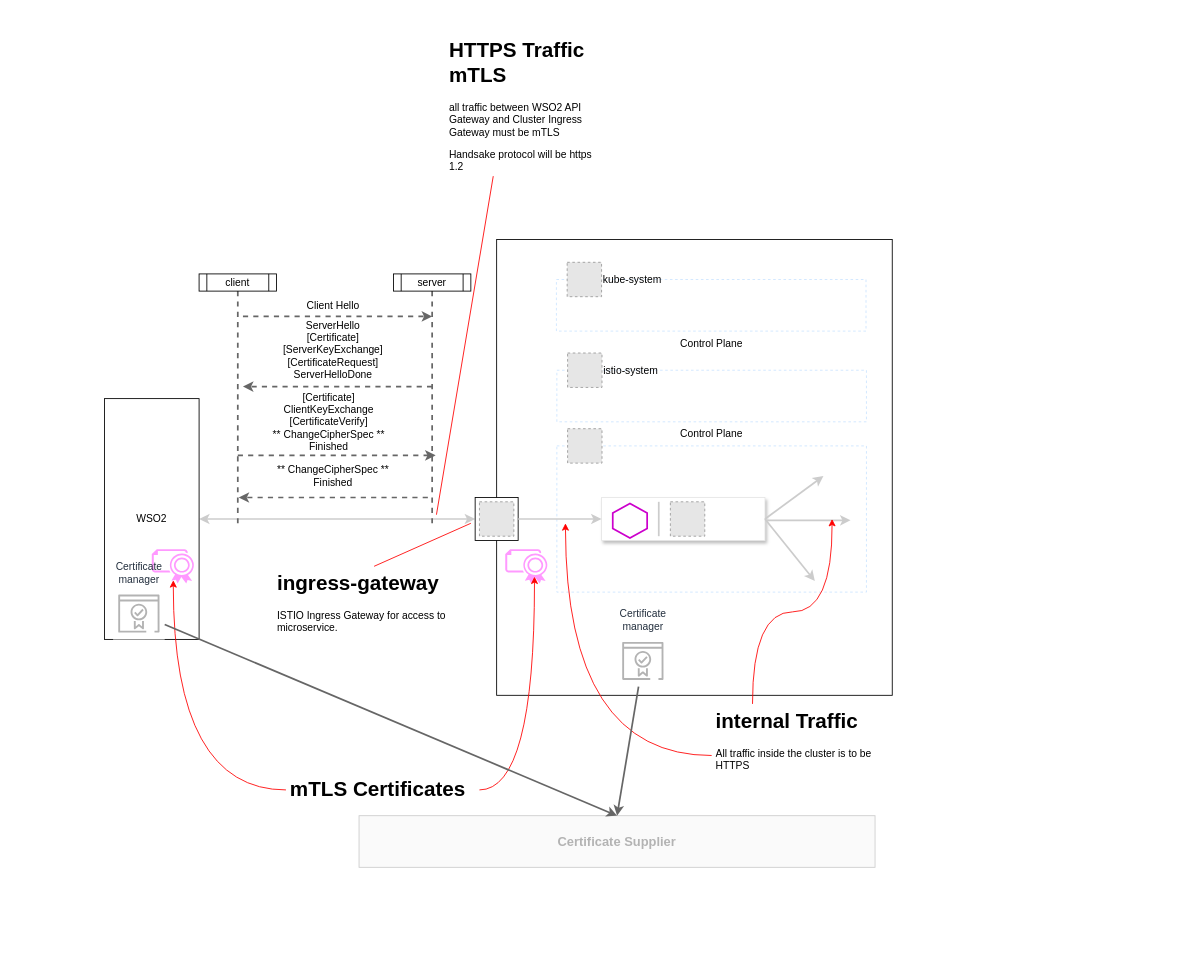
ourjamie/diagraming keeps this draw.io diagram as mtls-gatewaytocluster.drawio. Above is the earlier version. Source tidied: cells renumbered, new cells numbered last; positions are measured from the earlier drawing's top-left corner, leaving out a move shared by most shapes. Both pictures are drawn from the tidied source at 86%, with x=0, y=0 at pixel (104, 33). Pictures stored in the file or linked from it are replaced by grey dashed boxes.
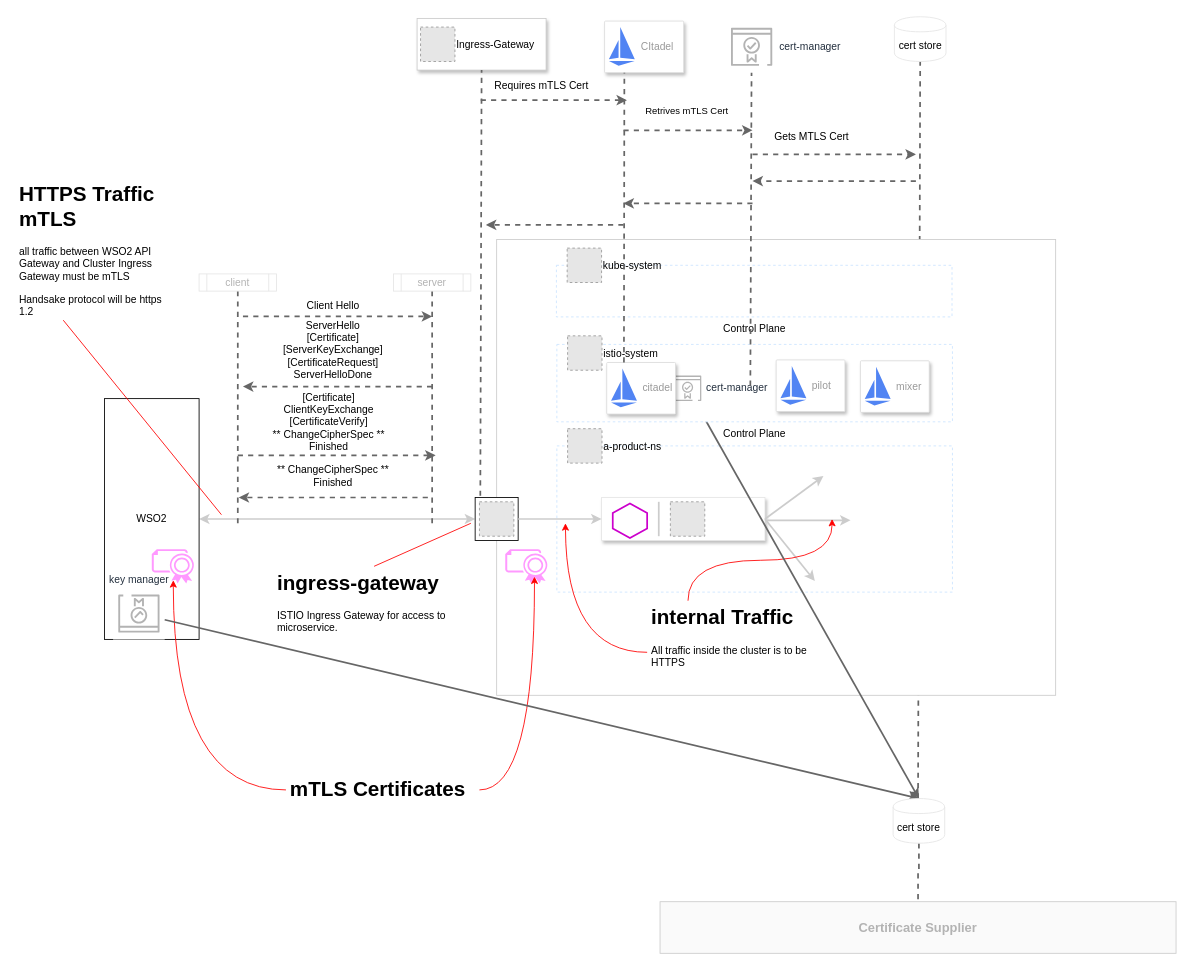
Above is the later version.

The change refers to these unchanged cells:
```xml
<mxCell id="6" style="whiteSpace=wrap;html=1;" parent="1" vertex="1">
  <mxGeometry x="431" y="540" width="50" height="50" as="geometry" />
</mxCell>
```

What changed in the source:
```diff
@@
+    <mxCell id="54" style="endArrow=none;dashed=1;html=1;strokeColor=#666666;strokeWidth=2;entryX=0.5;entryY=1;entryDx=0;entryDy=0;" parent="1" edge="1" target="69">
+      <mxGeometry relative="1" as="geometry">
+        <mxPoint x="946" y="890" as="sourcePoint" />
+      </mxGeometry>
+    </mxCell>
@@
-    <mxCell id="4" style="rounded=0;whiteSpace=wrap;html=1;" parent="1" vertex="1">
-      <mxGeometry x="456" y="240" width="460" height="530" as="geometry" />
+    <mxCell id="4" style="rounded=0;whiteSpace=wrap;html=1;strokeColor=#CCCCCC;" parent="1" vertex="1">
+      <mxGeometry x="456" y="240" width="650" height="530" as="geometry" />
     </mxCell>
     <mxCell id="5" value="&lt;b&gt;&lt;font style=&quot;font-size: 15px&quot; color=&quot;#b3b3b3&quot;&gt;Certificate Supplier&lt;/font&gt;&lt;/b&gt;" style="rounded=0;whiteSpace=wrap;html=1;fillColor=#FAFAFA;strokeColor=#CCCCCC;fontColor=#333333;" parent="1" vertex="1">
-      <mxGeometry x="296" y="910" width="600" height="60" as="geometry" />
+      <mxGeometry x="646" y="1010" width="600" height="60" as="geometry" />
     </mxCell>
@@
     <mxCell id="9" style="rounded=0;whiteSpace=wrap;html=1;dashed=1;strokeColor=#CCE5FF;" parent="1" vertex="1">
-      <mxGeometry x="526" y="480" width="360" height="170" as="geometry" />
+      <mxGeometry x="526" y="480" width="460" height="170" as="geometry" />
     </mxCell>
-    <mxCell id="10" style="fillColor=#E6E6E6;strokeColor=#999999;dashed=1;verticalLabelPosition=bottom;verticalAlign=top;" parent="1" vertex="1">
+    <mxCell id="10" value="a-product-ns" style="fillColor=#E6E6E6;strokeColor=#999999;dashed=1;verticalLabelPosition=middle;verticalAlign=middle;labelPosition=right;align=left;" parent="1" vertex="1">
       <mxGeometry x="538.5" y="460" width="40" height="40" as="geometry" />
     </mxCell>
@@
     <mxCell id="18" value="&lt;h1&gt;HTTPS Traffic mTLS&lt;/h1&gt;&lt;p&gt;all traffic between WSO2 API Gateway and Cluster Ingress Gateway must be mTLS&lt;/p&gt;&lt;p&gt;Handsake protocol will be https 1.2&lt;/p&gt;" style="text;html=1;strokeColor=none;fillColor=none;spacing=5;spacingTop=-20;whiteSpace=wrap;overflow=hidden;rounded=0;shadow=0;" parent="1" vertex="1">
-      <mxGeometry x="396" width="190" height="165" as="geometry" />
+      <mxGeometry x="-104" y="167.5" width="190" height="165" as="geometry" />
     </mxCell>
     <mxCell id="19" style="endArrow=none;html=1;strokeColor=#FF0000;strokeWidth=1;entryX=0.295;entryY=1.008;entryDx=0;entryDy=0;entryPerimeter=0;" parent="1" edge="1" target="18">
       <mxGeometry relative="1" as="geometry">
-        <mxPoint x="386" y="560" as="sourcePoint" />
+        <mxPoint x="136" y="560" as="sourcePoint" />
       </mxGeometry>
     </mxCell>
@@
     <mxCell id="27" value="&lt;h1&gt;internal Traffic&lt;/h1&gt;&lt;p&gt;All traffic inside the cluster is to be HTTPS&lt;/p&gt;" style="text;html=1;strokeColor=none;fillColor=none;spacing=5;spacingTop=-20;whiteSpace=wrap;overflow=hidden;rounded=0;shadow=0;" parent="1" vertex="1">
-      <mxGeometry x="706" y="780" width="190" height="120" as="geometry" />
+      <mxGeometry x="631" y="660" width="190" height="120" as="geometry" />
     </mxCell>
@@
-    <mxCell id="31" value="Certificate&#10;manager" style="outlineConnect=0;fontColor=#232F3E;gradientColor=none;strokeColor=#B3B3B3;fillColor=#ffffff;dashed=0;verticalLabelPosition=top;verticalAlign=bottom;align=center;html=1;fontSize=12;fontStyle=0;shape=mxgraph.aws4.resourceIcon;resIcon=mxgraph.aws4.certificate_manager_2;shadow=0;labelPosition=center;" parent="1" vertex="1">
-      <mxGeometry x="596" y="700" width="60" height="60" as="geometry" />
-    </mxCell>
-    <mxCell id="32" style="endArrow=classic;html=1;strokeColor=#666666;strokeWidth=2;entryX=0.5;entryY=0;entryDx=0;entryDy=0;" parent="1" edge="1" source="31" target="5">
+    <mxCell id="32" style="endArrow=classic;html=1;strokeColor=#666666;strokeWidth=2;entryX=0.5;entryY=0;entryDx=0;entryDy=0;" parent="1" edge="1" source="31" target="71">
       <mxGeometry relative="1" as="geometry" />
     </mxCell>
-    <mxCell id="33" value="Certificate&#10;manager" style="outlineConnect=0;fontColor=#232F3E;gradientColor=none;strokeColor=#B3B3B3;fillColor=#ffffff;dashed=0;verticalLabelPosition=top;verticalAlign=bottom;align=center;html=1;fontSize=12;fontStyle=0;shape=mxgraph.aws4.resourceIcon;resIcon=mxgraph.aws4.certificate_manager_2;shadow=0;labelPosition=center;" parent="1" vertex="1">
+    <mxCell id="33" value="key manager" style="outlineConnect=0;fontColor=#232F3E;gradientColor=none;strokeColor=#B3B3B3;fillColor=#ffffff;dashed=0;verticalLabelPosition=top;verticalAlign=bottom;align=center;html=1;fontSize=12;fontStyle=0;shape=mxgraph.aws4.resourceIcon;resIcon=mxgraph.aws4.certificate_manager_2;shadow=0;labelPosition=center;direction=west;" parent="1" vertex="1">
       <mxGeometry x="10" y="645" width="60" height="60" as="geometry" />
     </mxCell>
-    <mxCell id="34" style="endArrow=classic;html=1;strokeColor=#666666;strokeWidth=2;entryX=0.5;entryY=0;entryDx=0;entryDy=0;" parent="1" edge="1" source="33" target="5">
+    <mxCell id="34" style="endArrow=classic;html=1;strokeColor=#666666;strokeWidth=2;entryX=0.5;entryY=0;entryDx=0;entryDy=0;" parent="1" edge="1" source="33" target="71">
       <mxGeometry relative="1" as="geometry" />
     </mxCell>
@@
-    <mxCell id="36" value="client" style="shape=process;whiteSpace=wrap;html=1;backgroundOutline=1;shadow=0;strokeWidth=1;" parent="1" vertex="1">
+    <mxCell id="36" value="client" style="shape=process;whiteSpace=wrap;html=1;backgroundOutline=1;shadow=0;strokeWidth=1;strokeColor=#E6E6E6;fontColor=#B3B3B3;" parent="1" vertex="1">
       <mxGeometry x="110" y="280" width="90" height="20" as="geometry" />
     </mxCell>
@@
-    <mxCell id="38" value="server" style="shape=process;whiteSpace=wrap;html=1;backgroundOutline=1;shadow=0;strokeWidth=1;" parent="1" vertex="1">
+    <mxCell id="38" value="server" style="shape=process;whiteSpace=wrap;html=1;backgroundOutline=1;shadow=0;strokeWidth=1;strokeColor=#E6E6E6;fontColor=#B3B3B3;" parent="1" vertex="1">
       <mxGeometry x="336" y="280" width="90" height="20" as="geometry" />
     </mxCell>
@@
+    <mxCell id="51" style="group;" parent="1" vertex="1">
+      <mxGeometry x="525.5" y="250" width="460" height="80" as="geometry" />
+    </mxCell>
+    <mxCell id="52" value="Control Plane" style="rounded=0;whiteSpace=wrap;html=1;dashed=1;strokeColor=#CCE5FF;labelPosition=center;verticalLabelPosition=bottom;align=center;verticalAlign=top;" parent="51" vertex="1">
+      <mxGeometry y="20" width="460" height="60" as="geometry" />
+    </mxCell>
+    <mxCell id="53" value="kube-system" style="fillColor=#E6E6E6;strokeColor=#999999;dashed=1;verticalLabelPosition=middle;verticalAlign=middle;labelPosition=right;align=left;" parent="51" vertex="1">
+      <mxGeometry x="12.5" width="40" height="40" as="geometry" />
+    </mxCell>
     <mxCell id="48" style="group;" parent="1" vertex="1">
-      <mxGeometry x="526" y="372" width="360" height="80" as="geometry" />
+      <mxGeometry x="526" y="372" width="460" height="80" as="geometry" />
     </mxCell>
     <mxCell id="49" value="Control Plane" style="rounded=0;whiteSpace=wrap;html=1;dashed=1;strokeColor=#CCE5FF;labelPosition=center;verticalLabelPosition=bottom;align=center;verticalAlign=top;" parent="48" vertex="1">
-      <mxGeometry y="20" width="360" height="60" as="geometry" />
+      <mxGeometry y="-10" width="460" height="90" as="geometry" />
     </mxCell>
     <mxCell id="50" value="istio-system" style="fillColor=#E6E6E6;strokeColor=#999999;dashed=1;verticalLabelPosition=middle;verticalAlign=middle;labelPosition=right;align=left;" parent="48" vertex="1">
-      <mxGeometry x="12.5" width="40" height="40" as="geometry" />
+      <mxGeometry x="12.5" y="-20" width="40" height="40" as="geometry" />
     </mxCell>
-    <mxCell id="51" style="group;" parent="1" vertex="1">
-      <mxGeometry x="525.5" y="266.5" width="360" height="80" as="geometry" />
-    </mxCell>
-    <mxCell id="52" value="Control Plane" style="rounded=0;whiteSpace=wrap;html=1;dashed=1;strokeColor=#CCE5FF;labelPosition=center;verticalLabelPosition=bottom;align=center;verticalAlign=top;" parent="51" vertex="1">
-      <mxGeometry y="20" width="360" height="60" as="geometry" />
-    </mxCell>
-    <mxCell id="53" value="kube-system" style="fillColor=#E6E6E6;strokeColor=#999999;dashed=1;verticalLabelPosition=middle;verticalAlign=middle;labelPosition=right;align=left;" parent="51" vertex="1">
-      <mxGeometry x="12.5" width="40" height="40" as="geometry" />
-    </mxCell>
+    <mxCell id="55" style="strokeColor=#dddddd;fillColor=#ffffff;shadow=1;strokeWidth=1;rounded=1;absoluteArcSize=1;arcSize=2;" parent="48" vertex="1">
+      <mxGeometry x="255" y="8" width="80" height="60" as="geometry" />
+    </mxCell>
+    <mxCell id="56" value="pilot" style="dashed=0;html=1;fillColor=#5184F3;strokeColor=none;shape=mxgraph.gcp2.istio_logo;labelPosition=right;verticalLabelPosition=middle;align=left;verticalAlign=middle;spacingLeft=5;fontColor=#999999;fontSize=12;" parent="55" vertex="1">
+      <mxGeometry width="30.15" height="45" relative="1" as="geometry">
+        <mxPoint x="5" y="7" as="offset" />
+      </mxGeometry>
+    </mxCell>
+    <mxCell id="57" style="strokeColor=#dddddd;fillColor=#ffffff;shadow=1;strokeWidth=1;rounded=1;absoluteArcSize=1;arcSize=2;" parent="48" vertex="1">
+      <mxGeometry x="353" y="9" width="80" height="60" as="geometry" />
+    </mxCell>
+    <mxCell id="58" value="mixer" style="dashed=0;html=1;fillColor=#5184F3;strokeColor=none;shape=mxgraph.gcp2.istio_logo;labelPosition=right;verticalLabelPosition=middle;align=left;verticalAlign=middle;spacingLeft=5;fontColor=#999999;fontSize=12;" parent="57" vertex="1">
+      <mxGeometry width="30.15" height="45" relative="1" as="geometry">
+        <mxPoint x="5" y="7" as="offset" />
+      </mxGeometry>
+    </mxCell>
+    <mxCell id="31" value="cert-manager" style="outlineConnect=0;fontColor=#232F3E;gradientColor=none;strokeColor=#B3B3B3;fillColor=#ffffff;dashed=0;verticalLabelPosition=middle;verticalAlign=middle;align=left;html=1;fontSize=12;fontStyle=0;shape=mxgraph.aws4.resourceIcon;resIcon=mxgraph.aws4.certificate_manager_2;shadow=0;labelPosition=right;" parent="48" vertex="1">
+      <mxGeometry x="132" y="21" width="40" height="40" as="geometry" />
+    </mxCell>
+    <mxCell id="59" style="strokeColor=#dddddd;fillColor=#ffffff;shadow=1;strokeWidth=1;rounded=1;absoluteArcSize=1;arcSize=2;" parent="48" vertex="1">
+      <mxGeometry x="58" y="11" width="80" height="60" as="geometry" />
+    </mxCell>
+    <mxCell id="60" value="citadel" style="dashed=0;html=1;fillColor=#5184F3;strokeColor=none;shape=mxgraph.gcp2.istio_logo;labelPosition=right;verticalLabelPosition=middle;align=left;verticalAlign=middle;spacingLeft=5;fontColor=#999999;fontSize=12;" parent="59" vertex="1">
+      <mxGeometry width="30.15" height="45" relative="1" as="geometry">
+        <mxPoint x="5" y="7" as="offset" />
+      </mxGeometry>
+    </mxCell>
+    <mxCell id="61" style="strokeColor=#dddddd;fillColor=#ffffff;shadow=1;strokeWidth=1;rounded=1;absoluteArcSize=1;arcSize=2;" parent="1" vertex="1">
+      <mxGeometry x="581.5" y="-14" width="92" height="60" as="geometry" />
+    </mxCell>
+    <mxCell id="62" value="CItadel" style="dashed=0;html=1;fillColor=#5184F3;strokeColor=none;shape=mxgraph.gcp2.istio_logo;labelPosition=right;verticalLabelPosition=middle;align=left;verticalAlign=middle;spacingLeft=5;fontColor=#999999;fontSize=12;" parent="61" vertex="1">
+      <mxGeometry width="30.15" height="45" relative="1" as="geometry">
+        <mxPoint x="5" y="7" as="offset" />
+      </mxGeometry>
+    </mxCell>
+    <mxCell id="63" style="whiteSpace=wrap;html=1;shadow=1;strokeColor=#CCCCCC;" parent="1" vertex="1">
+      <mxGeometry x="363.5" y="-17" width="150" height="60" as="geometry" />
+    </mxCell>
+    <mxCell id="64" value="Ingress-Gateway" style="fillColor=#E6E6E6;strokeColor=#999999;dashed=1;verticalLabelPosition=middle;verticalAlign=middle;labelPosition=right;align=left;" parent="1" vertex="1">
+      <mxGeometry x="367.5" y="-7" width="40" height="40" as="geometry" />
+    </mxCell>
+    <mxCell id="65" value="cert-manager" style="outlineConnect=0;fontColor=#232F3E;gradientColor=none;strokeColor=#B3B3B3;fillColor=#ffffff;dashed=0;verticalLabelPosition=middle;verticalAlign=middle;align=left;html=1;fontSize=12;fontStyle=0;shape=mxgraph.aws4.resourceIcon;resIcon=mxgraph.aws4.certificate_manager_2;shadow=0;labelPosition=right;" parent="1" vertex="1">
+      <mxGeometry x="722.5" y="-14" width="60" height="60" as="geometry" />
+    </mxCell>
+    <mxCell id="66" style="endArrow=none;dashed=1;html=1;strokeColor=#666666;strokeWidth=2;entryX=0.5;entryY=1;entryDx=0;entryDy=0;exitX=0.12;exitY=-0.04;exitDx=0;exitDy=0;exitPerimeter=0;" parent="1" edge="1" source="6" target="63">
+      <mxGeometry relative="1" as="geometry" />
+    </mxCell>
+    <mxCell id="67" style="endArrow=none;dashed=1;html=1;strokeColor=#666666;strokeWidth=2;exitX=0.25;exitY=0;exitDx=0;exitDy=0;entryX=0.25;entryY=1;entryDx=0;entryDy=0;" parent="1" edge="1" source="59" target="61">
+      <mxGeometry relative="1" as="geometry" />
+    </mxCell>
+    <mxCell id="68" style="endArrow=none;dashed=1;html=1;strokeColor=#666666;strokeWidth=2;exitX=2.325;exitY=0.425;exitDx=0;exitDy=0;exitPerimeter=0;" parent="1" edge="1" source="31" target="65">
+      <mxGeometry relative="1" as="geometry" />
+    </mxCell>
+    <mxCell id="69" value="cert store" style="shape=cylinder;whiteSpace=wrap;html=1;boundedLbl=1;backgroundOutline=1;shadow=0;strokeWidth=1;strokeColor=#E6E6E6;" parent="1" vertex="1">
+      <mxGeometry x="918.5" y="-19" width="60" height="52" as="geometry" />
+    </mxCell>
+    <mxCell id="70" style="edgeStyle=orthogonalEdgeStyle;rounded=0;jettySize=auto;html=1;entryX=0.5;entryY=0;entryDx=0;entryDy=0;dashed=1;startArrow=none;startFill=0;endArrow=none;endFill=0;strokeColor=#666666;strokeWidth=2;" parent="1" edge="1" source="71" target="5">
+      <mxGeometry relative="1" as="geometry" />
+    </mxCell>
+    <mxCell id="71" value="cert store" style="shape=cylinder;whiteSpace=wrap;html=1;boundedLbl=1;backgroundOutline=1;shadow=0;strokeWidth=1;strokeColor=#E6E6E6;" parent="1" vertex="1">
+      <mxGeometry x="917" y="890" width="60" height="52" as="geometry" />
+    </mxCell>
+    <mxCell id="72" style="endArrow=classic;html=1;dashed=1;strokeColor=#666666;strokeWidth=2;" parent="1" edge="1">
+      <mxGeometry relative="1" as="geometry">
+        <mxPoint x="437.5" y="78" as="sourcePoint" />
+        <mxPoint x="607.5" y="78" as="targetPoint" />
+      </mxGeometry>
+    </mxCell>
+    <mxCell id="73" value="Requires mTLS Cert" style="text;html=1;align=center;verticalAlign=middle;labelBackgroundColor=#ffffff;" parent="72" vertex="1">
+      <mxGeometry x="-0.17" y="5" relative="1" as="geometry">
+        <mxPoint x="-1.5" y="-13" as="offset" />
+      </mxGeometry>
+    </mxCell>
+    <mxCell id="74" value="Retrives mTLS Cert" style="endArrow=classic;html=1;dashed=1;strokeColor=#666666;strokeWidth=2;" parent="1" edge="1">
+      <mxGeometry x="-0.03" y="23" relative="1" as="geometry">
+        <mxPoint x="603.5" y="113" as="sourcePoint" />
+        <mxPoint x="753.5" y="113" as="targetPoint" />
+      </mxGeometry>
+    </mxCell>
+    <mxCell id="75" style="endArrow=classic;html=1;dashed=1;strokeColor=#666666;strokeWidth=2;" parent="1" edge="1">
+      <mxGeometry relative="1" as="geometry">
+        <mxPoint x="753.5" y="141" as="sourcePoint" />
+        <mxPoint x="943.5" y="141" as="targetPoint" />
+      </mxGeometry>
+    </mxCell>
+    <mxCell id="76" value="Gets MTLS Cert" style="text;html=1;align=center;verticalAlign=middle;labelBackgroundColor=#ffffff;" parent="75" vertex="1">
+      <mxGeometry x="-0.2" y="3" relative="1" as="geometry">
+        <mxPoint x="-8" y="-18" as="offset" />
+      </mxGeometry>
+    </mxCell>
+    <mxCell id="77" style="endArrow=classic;html=1;dashed=1;strokeColor=#666666;strokeWidth=2;" parent="1" edge="1">
+      <mxGeometry relative="1" as="geometry">
+        <mxPoint x="943.5" y="172" as="sourcePoint" />
+        <mxPoint x="753.5" y="172" as="targetPoint" />
+      </mxGeometry>
+    </mxCell>
+    <mxCell id="78" style="endArrow=classic;html=1;dashed=1;strokeColor=#666666;strokeWidth=2;" parent="1" edge="1">
+      <mxGeometry relative="1" as="geometry">
+        <mxPoint x="753.5" y="198" as="sourcePoint" />
+        <mxPoint x="603.5" y="198" as="targetPoint" />
+      </mxGeometry>
+    </mxCell>
+    <mxCell id="79" style="endArrow=classic;html=1;dashed=1;strokeColor=#666666;strokeWidth=2;" parent="1" edge="1">
+      <mxGeometry relative="1" as="geometry">
+        <mxPoint x="603.5" y="223" as="sourcePoint" />
+        <mxPoint x="443.5" y="223" as="targetPoint" />
+      </mxGeometry>
+    </mxCell>
```
